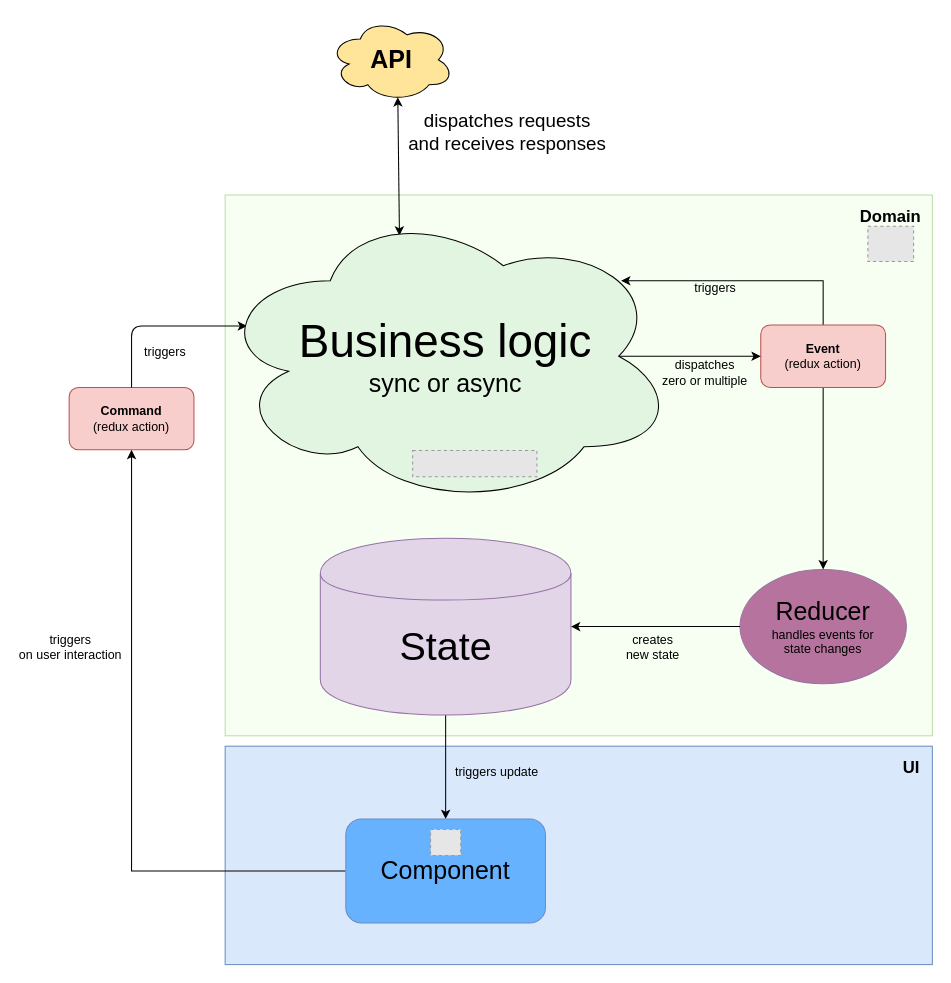
Before: docs/architecture.drawio in inkognitro/react-redux-saga-boilerplate, a draw.io diagram. Source tidied: cells renumbered, new cells numbered last; positions are measured from the earlier drawing's top-left corner, leaving out a move shared by most shapes. Both pictures are drawn from the tidied source at 104%, with x=0, y=0 at pixel (69, 18). Pictures stored in the file or linked from it are replaced by grey dashed boxes.
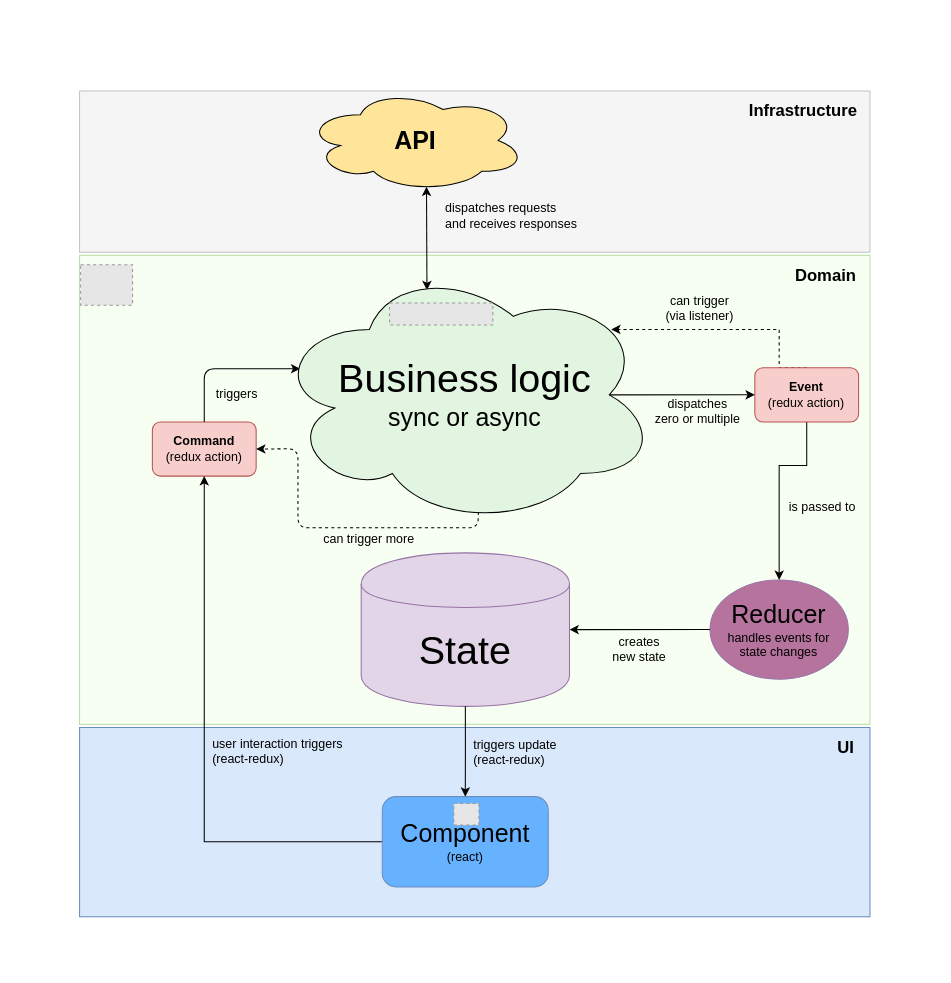
The same page after the edit.

The change refers to these unchanged cells:
```xml
<mxCell id="8" style="endArrow=classic;startArrow=classic;html=1;entryX=0.4;entryY=0.1;entryDx=0;entryDy=0;entryPerimeter=0;exitX=0.55;exitY=0.95;exitDx=0;exitDy=0;exitPerimeter=0;" parent="1" edge="1" source="5" target="12">
  <mxGeometry relative="1" as="geometry" />
</mxCell>
<mxCell id="27" style="edgeStyle=orthogonalEdgeStyle;rounded=0;jettySize=auto;html=1;exitX=0;exitY=0.5;exitDx=0;exitDy=0;entryX=0.5;entryY=1;entryDx=0;entryDy=0;" parent="1" edge="1" source="29" target="4">
  <mxGeometry relative="1" as="geometry" />
</mxCell>
```

Diff of the diagram source:
```diff
@@
+    <mxCell id="32" style="whiteSpace=wrap;html=1;labelBackgroundColor=none;strokeColor=#C4C4C4;fillColor=#f5f5f5;align=left;fontColor=#333333;" parent="1" vertex="1">
+      <mxGeometry x="10" y="70" width="760" height="155" as="geometry" />
+    </mxCell>
     <mxCell id="2" style="whiteSpace=wrap;html=1;labelBackgroundColor=none;fillColor=#dae8fc;strokeColor=#6c8ebf;" parent="1" vertex="1">
-      <mxGeometry x="150" y="700" width="680" height="210" as="geometry" />
+      <mxGeometry x="10" y="682" width="760" height="182" as="geometry" />
     </mxCell>
     <mxCell id="3" style="whiteSpace=wrap;html=1;fillColor=#F7FFF2;gradientColor=none;strokeColor=#B9E0A5;" parent="1" vertex="1">
-      <mxGeometry x="150" y="170" width="680" height="520" as="geometry" />
+      <mxGeometry x="10" y="228" width="760" height="451" as="geometry" />
     </mxCell>
     <mxCell id="4" value="&lt;b&gt;Command&lt;/b&gt;&lt;br&gt;(redux action)" style="rounded=1;whiteSpace=wrap;html=1;fillColor=#f8cecc;strokeColor=#b85450;" parent="1" vertex="1">
-      <mxGeometry y="355" width="120" height="60" as="geometry" />
+      <mxGeometry x="80" y="388.2" width="99.8" height="52.1" as="geometry" />
     </mxCell>
-    <mxCell id="5" value="&lt;b&gt;&lt;font style=&quot;font-size: 24px&quot;&gt;API&lt;/font&gt;&lt;/b&gt;" style="ellipse;shape=cloud;whiteSpace=wrap;html=1;fillColor=#FFE599;gradientColor=none;" parent="1" vertex="1">
-      <mxGeometry x="250" width="120" height="80" as="geometry" />
+    <mxCell id="5" value="&lt;font style=&quot;font-size: 24px&quot;&gt;&lt;b&gt;API&lt;/b&gt;&lt;br&gt;&lt;/font&gt;" style="ellipse;shape=cloud;whiteSpace=wrap;html=1;fillColor=#FFE599;gradientColor=none;" parent="1" vertex="1">
+      <mxGeometry x="227" y="68" width="212" height="99" as="geometry" />
     </mxCell>
     <mxCell id="6" style="endArrow=classic;html=1;exitX=0.5;exitY=0;exitDx=0;exitDy=0;entryX=0.07;entryY=0.4;entryDx=0;entryDy=0;entryPerimeter=0;" parent="1" edge="1" source="4" target="12">
       <mxGeometry relative="1" as="geometry">
         <Array as="points">
-          <mxPoint x="60" y="296" />
+          <mxPoint x="129.9" y="337" />
         </Array>
       </mxGeometry>
     </mxCell>
@@
-    <mxCell id="9" value="&lt;font style=&quot;font-size: 18px&quot;&gt;dispatches requests&lt;br&gt;and receives responses&lt;/font&gt;" style="text;html=1;align=center;verticalAlign=middle;labelBackgroundColor=none;" parent="8" vertex="1">
+    <mxCell id="9" value="&lt;font style=&quot;font-size: 12px&quot;&gt;dispatches requests&lt;br&gt;and receives responses&lt;/font&gt;" style="text;html=1;align=left;verticalAlign=middle;labelBackgroundColor=none;" parent="8" vertex="1">
       <mxGeometry x="-0.25" relative="1" as="geometry">
-        <mxPoint x="103.5" y="-16.5" as="offset" />
+        <mxPoint x="16" y="-9.5" as="offset" />
       </mxGeometry>
     </mxCell>
-    <mxCell id="10" value="&lt;b&gt;&lt;font style=&quot;font-size: 16px&quot;&gt;Domain&lt;/font&gt;&lt;/b&gt;" style="text;html=1;strokeColor=none;fillColor=none;align=center;verticalAlign=middle;whiteSpace=wrap;rounded=0;" parent="1" vertex="1">
-      <mxGeometry x="760" y="180" width="60" height="20" as="geometry" />
+    <mxCell id="10" value="&lt;b&gt;&lt;font style=&quot;font-size: 16px&quot;&gt;Domain&lt;/font&gt;&lt;/b&gt;" style="text;html=1;strokeColor=none;fillColor=none;align=right;verticalAlign=middle;whiteSpace=wrap;rounded=0;" parent="1" vertex="1">
+      <mxGeometry x="689" y="238" width="70" height="17" as="geometry" />
     </mxCell>
     <mxCell id="11" style="group;" parent="1" vertex="1">
-      <mxGeometry x="140" y="180" width="444" height="290" as="geometry" />
+      <mxGeometry x="196.4" y="236.3" width="369.1" height="251.8" as="geometry" />
     </mxCell>
-    <mxCell id="12" value="&lt;font&gt;&lt;span style=&quot;font-size: 44px&quot;&gt;Business logic&lt;/span&gt;&lt;br&gt;&lt;font style=&quot;font-size: 24px&quot;&gt;sync or async&lt;/font&gt;&lt;br&gt;&lt;/font&gt;" style="ellipse;shape=cloud;whiteSpace=wrap;html=1;fillColor=#E1F5E0;gradientColor=none;" parent="11" vertex="1">
-      <mxGeometry width="444" height="290" as="geometry" />
+    <mxCell id="12" value="&lt;font&gt;&lt;span style=&quot;font-size: 38px&quot;&gt;Business logic&lt;/span&gt;&lt;br&gt;&lt;font style=&quot;font-size: 24px&quot;&gt;sync or async&lt;/font&gt;&lt;br&gt;&lt;/font&gt;" style="ellipse;shape=cloud;whiteSpace=wrap;html=1;fillColor=#E1F5E0;gradientColor=none;" parent="11" vertex="1">
+      <mxGeometry width="369.1" height="251.8" as="geometry" />
     </mxCell>
     <mxCell id="13" style="fillColor=#E6E6E6;strokeColor=#999999;dashed=1;verticalLabelPosition=bottom;labelBackgroundColor=#ffffff;verticalAlign=top;" parent="11" vertex="1">
-      <mxGeometry x="190.3" y="235.6" width="119.5" height="25.3" as="geometry" />
+      <mxGeometry x="111.7" y="37.6" width="99.3" height="21.1" as="geometry" />
     </mxCell>
-    <mxCell id="14" style="edgeStyle=orthogonalEdgeStyle;rounded=0;jettySize=auto;html=1;exitX=0.5;exitY=1;exitDx=0;exitDy=0;" parent="1" edge="1" source="16" target="29">
-      <mxGeometry relative="1" as="geometry" />
-    </mxCell>
-    <mxCell id="15" value="triggers update" style="text;html=1;align=center;verticalAlign=middle;labelBackgroundColor=none;" parent="14" vertex="1">
-      <mxGeometry x="0.22" y="-2" relative="1" as="geometry">
-        <mxPoint x="50" y="-7" as="offset" />
-      </mxGeometry>
-    </mxCell>
     <mxCell id="16" value="&lt;font style=&quot;font-size: 38px&quot;&gt;State&lt;/font&gt;" style="shape=cylinder;whiteSpace=wrap;html=1;boundedLbl=1;backgroundOutline=1;fillColor=#e1d5e7;strokeColor=#9673a6;" parent="1" vertex="1">
-      <mxGeometry x="241.5" y="500" width="241" height="170" as="geometry" />
+      <mxGeometry x="280.8" y="514.1" width="200.3" height="147.6" as="geometry" />
     </mxCell>
     <mxCell id="17" value="&lt;font style=&quot;font-size: 24px&quot;&gt;Reducer&lt;/font&gt;&lt;br&gt;handles events for&lt;br&gt;state changes" style="ellipse;whiteSpace=wrap;html=1;fillColor=#B5739D;strokeColor=#9673a6;" parent="1" vertex="1">
-      <mxGeometry x="645" y="530" width="160" height="110" as="geometry" />
+      <mxGeometry x="616.2" y="540.1" width="133" height="95.5" as="geometry" />
     </mxCell>
     <mxCell id="18" style="edgeStyle=orthogonalEdgeStyle;rounded=0;jettySize=auto;html=1;exitX=0.5;exitY=1;exitDx=0;exitDy=0;entryX=0.5;entryY=0;entryDx=0;entryDy=0;" parent="1" edge="1" source="21" target="17">
-      <mxGeometry relative="1" as="geometry" />
+      <mxGeometry relative="1" as="geometry">
+        <Array as="points">
+          <mxPoint x="710" y="430" />
+          <mxPoint x="683" y="430" />
+        </Array>
+      </mxGeometry>
     </mxCell>
+    <mxCell id="33" value="is passed to" style="text;html=1;align=center;verticalAlign=middle;labelBackgroundColor=none;" parent="18" vertex="1">
+      <mxGeometry x="-0.02" y="-1" relative="1" as="geometry">
+        <mxPoint x="42" y="21" as="offset" />
+      </mxGeometry>
+    </mxCell>
-    <mxCell id="19" style="edgeStyle=orthogonalEdgeStyle;rounded=0;jettySize=auto;html=1;exitX=0.5;exitY=0;exitDx=0;exitDy=0;entryX=0.88;entryY=0.25;entryDx=0;entryDy=0;entryPerimeter=0;" parent="1" edge="1" source="21" target="12">
+    <mxCell id="19" style="edgeStyle=orthogonalEdgeStyle;rounded=0;jettySize=auto;html=1;exitX=0.5;exitY=0;exitDx=0;exitDy=0;entryX=0.88;entryY=0.25;entryDx=0;entryDy=0;entryPerimeter=0;dashed=1;" parent="1" edge="1" source="21" target="12">
       <mxGeometry relative="1" as="geometry">
         <Array as="points">
-          <mxPoint x="725" y="253" />
+          <mxPoint x="682.7" y="299.6" />
         </Array>
       </mxGeometry>
     </mxCell>
-    <mxCell id="20" value="triggers" style="text;html=1;align=center;verticalAlign=middle;labelBackgroundColor=none;" parent="19" vertex="1">
+    <mxCell id="20" value="can trigger&lt;br&gt;(via listener)" style="text;html=1;align=center;verticalAlign=middle;labelBackgroundColor=none;" parent="19" vertex="1">
       <mxGeometry x="0.22" relative="1" as="geometry">
-        <mxPoint x="-3" y="7" as="offset" />
+        <mxPoint x="-3.5" y="-21" as="offset" />
       </mxGeometry>
     </mxCell>
     <mxCell id="21" value="&lt;b&gt;Event&lt;/b&gt;&lt;br&gt;(redux action)" style="rounded=1;whiteSpace=wrap;html=1;fillColor=#f8cecc;strokeColor=#b85450;" parent="1" vertex="1">
-      <mxGeometry x="665" y="295" width="120" height="60" as="geometry" />
+      <mxGeometry x="659.3" y="336.1" width="99.8" height="52.1" as="geometry" />
     </mxCell>
@@
-    <mxCell id="26" value="&lt;b&gt;&lt;font style=&quot;font-size: 16px&quot;&gt;UI&lt;/font&gt;&lt;/b&gt;" style="text;html=1;strokeColor=none;fillColor=none;align=center;verticalAlign=middle;whiteSpace=wrap;rounded=0;" parent="1" vertex="1">
-      <mxGeometry x="800" y="710" width="20" height="20" as="geometry" />
+    <mxCell id="26" value="&lt;b&gt;&lt;font style=&quot;font-size: 16px&quot;&gt;UI&lt;/font&gt;&lt;/b&gt;" style="text;html=1;strokeColor=none;fillColor=none;align=right;verticalAlign=middle;whiteSpace=wrap;rounded=0;" parent="1" vertex="1">
+      <mxGeometry x="740.1" y="692.4" width="16.6" height="17.4" as="geometry" />
     </mxCell>
@@
-    <mxCell id="28" value="triggers&lt;br&gt;on user interaction" style="text;html=1;align=center;verticalAlign=middle;labelBackgroundColor=none;" parent="27" vertex="1">
+    <mxCell id="28" value="user interaction triggers&lt;br&gt;(react-redux)" style="text;html=1;align=left;verticalAlign=middle;labelBackgroundColor=none;" parent="27" vertex="1">
       <mxGeometry x="0.1" y="-1" relative="1" as="geometry">
-        <mxPoint x="-61" y="-86" as="offset" />
+        <mxPoint x="5.5" y="29.5" as="offset" />
       </mxGeometry>
     </mxCell>
-    <mxCell id="29" value="&lt;font style=&quot;font-size: 24px&quot;&gt;Component&lt;/font&gt;" style="rounded=1;whiteSpace=wrap;html=1;labelBackgroundColor=none;strokeColor=#6c8ebf;fillColor=#66B2FF;" parent="1" vertex="1">
-      <mxGeometry x="266" y="770" width="192" height="100" as="geometry" />
+    <mxCell id="29" value="&lt;font&gt;&lt;span style=&quot;font-size: 24px&quot;&gt;Component&lt;br&gt;&lt;/span&gt;(react)&lt;br&gt;&lt;/font&gt;" style="rounded=1;whiteSpace=wrap;html=1;labelBackgroundColor=none;strokeColor=#6c8ebf;fillColor=#66B2FF;" parent="1" vertex="1">
+      <mxGeometry x="301.1" y="748.5" width="159.6" height="86.8" as="geometry" />
     </mxCell>
+    <mxCell id="14" style="edgeStyle=orthogonalEdgeStyle;rounded=0;jettySize=auto;html=1;exitX=0.5;exitY=1;exitDx=0;exitDy=0;" parent="1" edge="1" source="16" target="29">
+      <mxGeometry relative="1" as="geometry" />
+    </mxCell>
+    <mxCell id="15" value="triggers update&lt;br&gt;(react-redux)" style="text;html=1;align=left;verticalAlign=middle;labelBackgroundColor=none;" parent="14" vertex="1">
+      <mxGeometry x="0.22" y="-2" relative="1" as="geometry">
+        <mxPoint x="8.5" y="-9.5" as="offset" />
+      </mxGeometry>
+    </mxCell>
     <mxCell id="30" style="fillColor=#E6E6E6;strokeColor=#999999;dashed=1;verticalLabelPosition=bottom;labelBackgroundColor=#ffffff;verticalAlign=top;" parent="1" vertex="1">
-      <mxGeometry x="347.5" y="780" width="29" height="25" as="geometry" />
+      <mxGeometry x="369.9" y="755.1" width="24.1" height="20.8" as="geometry" />
     </mxCell>
     <mxCell id="31" style="fillColor=#E6E6E6;strokeColor=#999999;dashed=1;verticalLabelPosition=bottom;labelBackgroundColor=#ffffff;verticalAlign=top;" parent="1" vertex="1">
-      <mxGeometry x="768" y="200" width="44" height="34" as="geometry" />
+      <mxGeometry x="11" y="237" width="50" height="39" as="geometry" />
     </mxCell>
+    <mxCell id="34" style="endArrow=classic;html=1;dashed=1;exitX=0.534;exitY=0.947;exitDx=0;exitDy=0;exitPerimeter=0;entryX=1;entryY=0.5;entryDx=0;entryDy=0;" parent="1" edge="1" source="12" target="4">
+      <mxGeometry relative="1" as="geometry">
+        <Array as="points">
+          <mxPoint x="393" y="490" />
+          <mxPoint x="220" y="490" />
+          <mxPoint x="220" y="414" />
+        </Array>
+      </mxGeometry>
+    </mxCell>
+    <mxCell id="35" value="can trigger more" style="text;html=1;align=center;verticalAlign=middle;labelBackgroundColor=none;" parent="34" vertex="1">
+      <mxGeometry x="-0.15" relative="1" as="geometry">
+        <mxPoint x="8.5" y="10" as="offset" />
+      </mxGeometry>
+    </mxCell>
+    <mxCell id="36" value="&lt;b&gt;&lt;font style=&quot;font-size: 16px&quot;&gt;Infrastructure&lt;/font&gt;&lt;/b&gt;" style="text;html=1;strokeColor=none;fillColor=none;align=right;verticalAlign=middle;whiteSpace=wrap;rounded=0;" parent="1" vertex="1">
+      <mxGeometry x="690" y="80" width="70" height="17" as="geometry" />
+    </mxCell>
```
